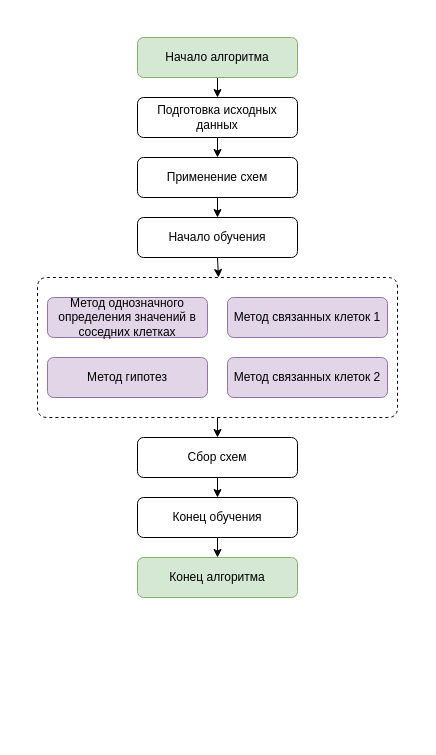
This is page "Общая блок-схема" (22 of 27) of docs/Описание работы.drawio from xex238/Diploma_2022, a draw.io file, before an edit. Source tidied: cells renumbered, new cells numbered last; positions are measured from the earlier drawing's top-left corner, leaving out a move shared by most shapes. Both pictures are drawn from the tidied source at 100%, with x=0, y=0 at pixel (37, 37).
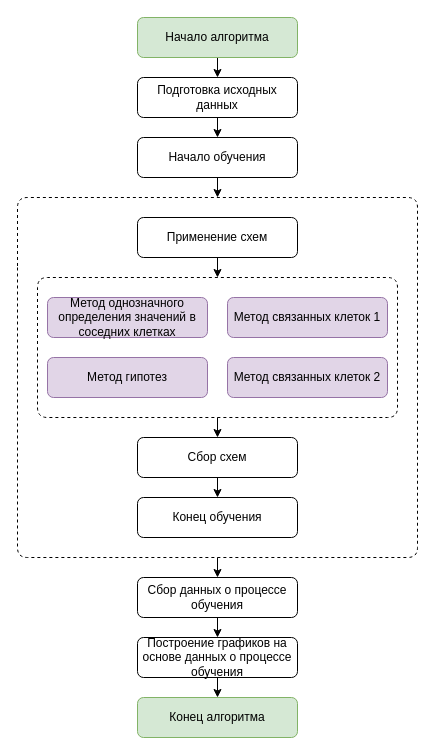
Above is the later version.

What changed in the source:
```diff
@@
     <mxCell id="2" value="Применение схем" style="rounded=1;whiteSpace=wrap;html=1;" parent="1" vertex="1">
-      <mxGeometry x="100" y="120" width="160" height="40" as="geometry" />
+      <mxGeometry x="100" y="180" width="160" height="40" as="geometry" />
     </mxCell>
-    <mxCell id="3" style="edgeStyle=orthogonalEdgeStyle;rounded=0;jettySize=auto;html=1;exitX=0.5;exitY=1;exitDx=0;exitDy=0;entryX=0.5;entryY=0;entryDx=0;entryDy=0;" parent="1" edge="1" target="2">
-      <mxGeometry relative="1" as="geometry">
-        <mxPoint x="181" y="100" as="sourcePoint" />
-      </mxGeometry>
-    </mxCell>
-    <mxCell id="4" style="edgeStyle=orthogonalEdgeStyle;rounded=0;jettySize=auto;html=1;exitX=0.5;exitY=1;exitDx=0;exitDy=0;entryX=0.5;entryY=0;entryDx=0;entryDy=0;" parent="1" edge="1" target="5">
-      <mxGeometry relative="1" as="geometry">
-        <mxPoint x="181" y="160" as="sourcePoint" />
-      </mxGeometry>
-    </mxCell>
+    <mxCell id="21" style="edgeStyle=orthogonalEdgeStyle;rounded=0;jettySize=auto;html=1;exitX=0.5;exitY=1;exitDx=0;exitDy=0;entryX=0.5;entryY=0;entryDx=0;entryDy=0;" parent="1" edge="1" source="5">
+      <mxGeometry relative="1" as="geometry">
+        <mxPoint x="180" y="160" as="targetPoint" />
+      </mxGeometry>
+    </mxCell>
     <mxCell id="5" value="Начало обучения" style="rounded=1;whiteSpace=wrap;html=1;" parent="1" vertex="1">
-      <mxGeometry x="100" y="180" width="160" height="40" as="geometry" />
+      <mxGeometry x="100" y="100" width="160" height="40" as="geometry" />
     </mxCell>
@@
     <mxCell id="7" value="Начало алгоритма" style="rounded=1;whiteSpace=wrap;html=1;fillColor=#d5e8d4;strokeColor=#82b366;" parent="1" vertex="1">
-      <mxGeometry x="100" width="160" height="40" as="geometry" />
+      <mxGeometry x="100" y="-20" width="160" height="40" as="geometry" />
     </mxCell>
+    <mxCell id="22" style="edgeStyle=orthogonalEdgeStyle;rounded=0;jettySize=auto;html=1;exitX=0.5;exitY=1;exitDx=0;exitDy=0;entryX=0.5;entryY=0;entryDx=0;entryDy=0;" parent="1" edge="1" source="8" target="5">
+      <mxGeometry relative="1" as="geometry" />
+    </mxCell>
     <mxCell id="8" value="Подготовка исходных данных" style="rounded=1;whiteSpace=wrap;html=1;" parent="1" vertex="1">
-      <mxGeometry x="100" y="60" width="160" height="40" as="geometry" />
+      <mxGeometry x="100" y="40" width="160" height="40" as="geometry" />
     </mxCell>
@@
     <mxCell id="12" value="Конец алгоритма" style="rounded=1;whiteSpace=wrap;html=1;fillColor=#d5e8d4;strokeColor=#82b366;" parent="1" vertex="1">
-      <mxGeometry x="100" y="520" width="160" height="40" as="geometry" />
+      <mxGeometry x="100" y="660" width="160" height="40" as="geometry" />
     </mxCell>
@@
-    <mxCell id="15" style="endArrow=classic;html=1;exitX=0.5;exitY=1;exitDx=0;exitDy=0;" parent="1" edge="1" source="5">
+    <mxCell id="15" style="endArrow=classic;html=1;exitX=0.5;exitY=1;exitDx=0;exitDy=0;" parent="1" edge="1" source="2">
       <mxGeometry relative="1" as="geometry">
-        <mxPoint x="181" y="240" as="targetPoint" />
+        <mxPoint x="180" y="240" as="targetPoint" />
       </mxGeometry>
     </mxCell>
-    <mxCell id="16" style="endArrow=classic;html=1;entryX=0.5;entryY=0;entryDx=0;entryDy=0;" parent="1" edge="1" target="12">
-      <mxGeometry relative="1" as="geometry">
-        <mxPoint x="180" y="500" as="sourcePoint" />
-      </mxGeometry>
-    </mxCell>
@@
+    <mxCell id="23" style="edgeStyle=orthogonalEdgeStyle;rounded=0;jettySize=auto;html=1;exitX=0.5;exitY=1;exitDx=0;exitDy=0;entryX=0.5;entryY=0;entryDx=0;entryDy=0;" parent="1" edge="1" source="24" target="26">
+      <mxGeometry relative="1" as="geometry" />
+    </mxCell>
+    <mxCell id="24" value="Сбор данных о процессе обучения" style="rounded=1;whiteSpace=wrap;html=1;" parent="1" vertex="1">
+      <mxGeometry x="100" y="540" width="160" height="40" as="geometry" />
+    </mxCell>
+    <mxCell id="25" style="edgeStyle=orthogonalEdgeStyle;rounded=0;jettySize=auto;html=1;exitX=0.5;exitY=1;exitDx=0;exitDy=0;entryX=0.5;entryY=0;entryDx=0;entryDy=0;" parent="1" edge="1" source="26" target="12">
+      <mxGeometry relative="1" as="geometry" />
+    </mxCell>
+    <mxCell id="26" value="Построение графиков на основе данных о процессе обучения" style="rounded=1;whiteSpace=wrap;html=1;" parent="1" vertex="1">
+      <mxGeometry x="100" y="600" width="160" height="40" as="geometry" />
+    </mxCell>
+    <mxCell id="27" style="endArrow=none;html=1;dashed=1;" parent="1" edge="1">
+      <mxGeometry relative="1" as="geometry">
+        <mxPoint x="-20" y="230" as="sourcePoint" />
+        <mxPoint x="-20" y="230" as="targetPoint" />
+        <Array as="points">
+          <mxPoint x="-20" y="520" />
+          <mxPoint x="380" y="520" />
+          <mxPoint x="380" y="160" />
+          <mxPoint x="-20" y="160" />
+        </Array>
+      </mxGeometry>
+    </mxCell>
+    <mxCell id="28" style="endArrow=classic;html=1;entryX=0.5;entryY=0;entryDx=0;entryDy=0;" parent="1" edge="1" target="24">
+      <mxGeometry relative="1" as="geometry">
+        <mxPoint x="180" y="520" as="sourcePoint" />
+      </mxGeometry>
+    </mxCell>
```
